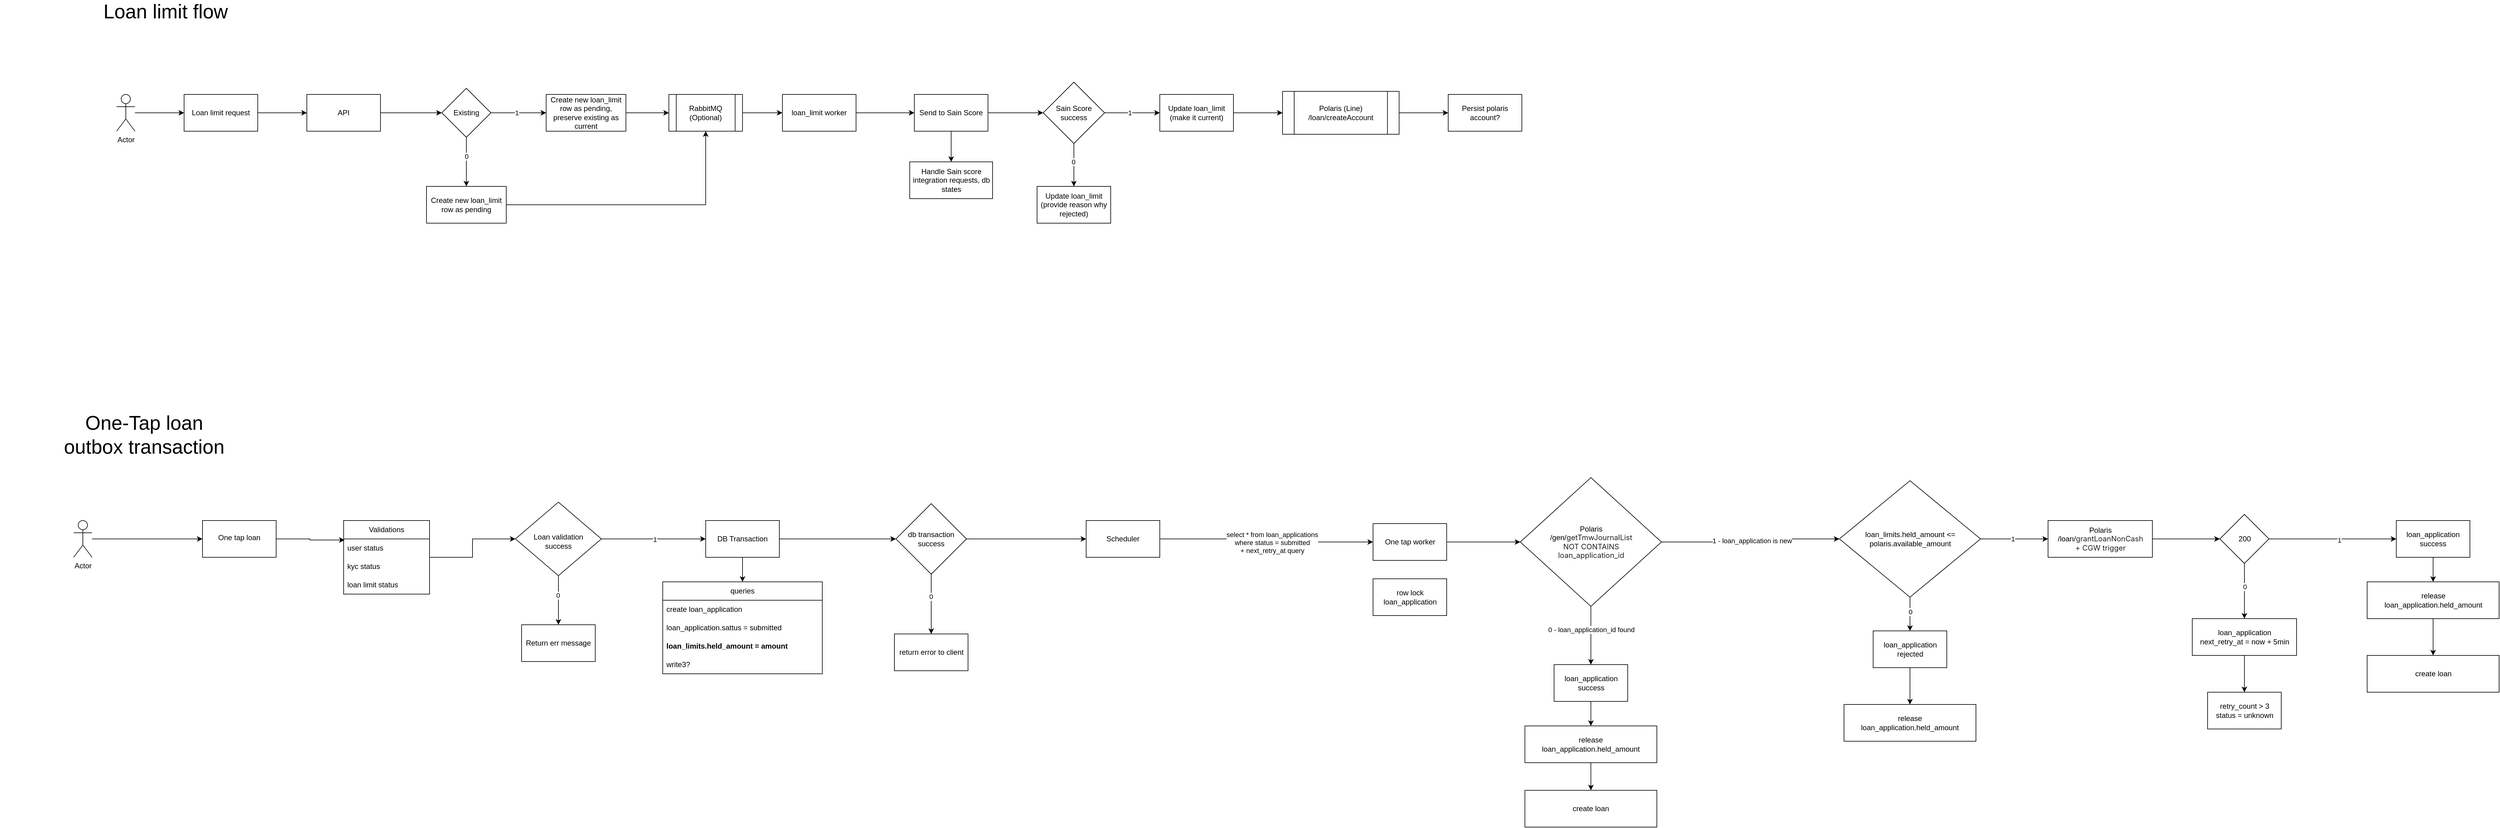
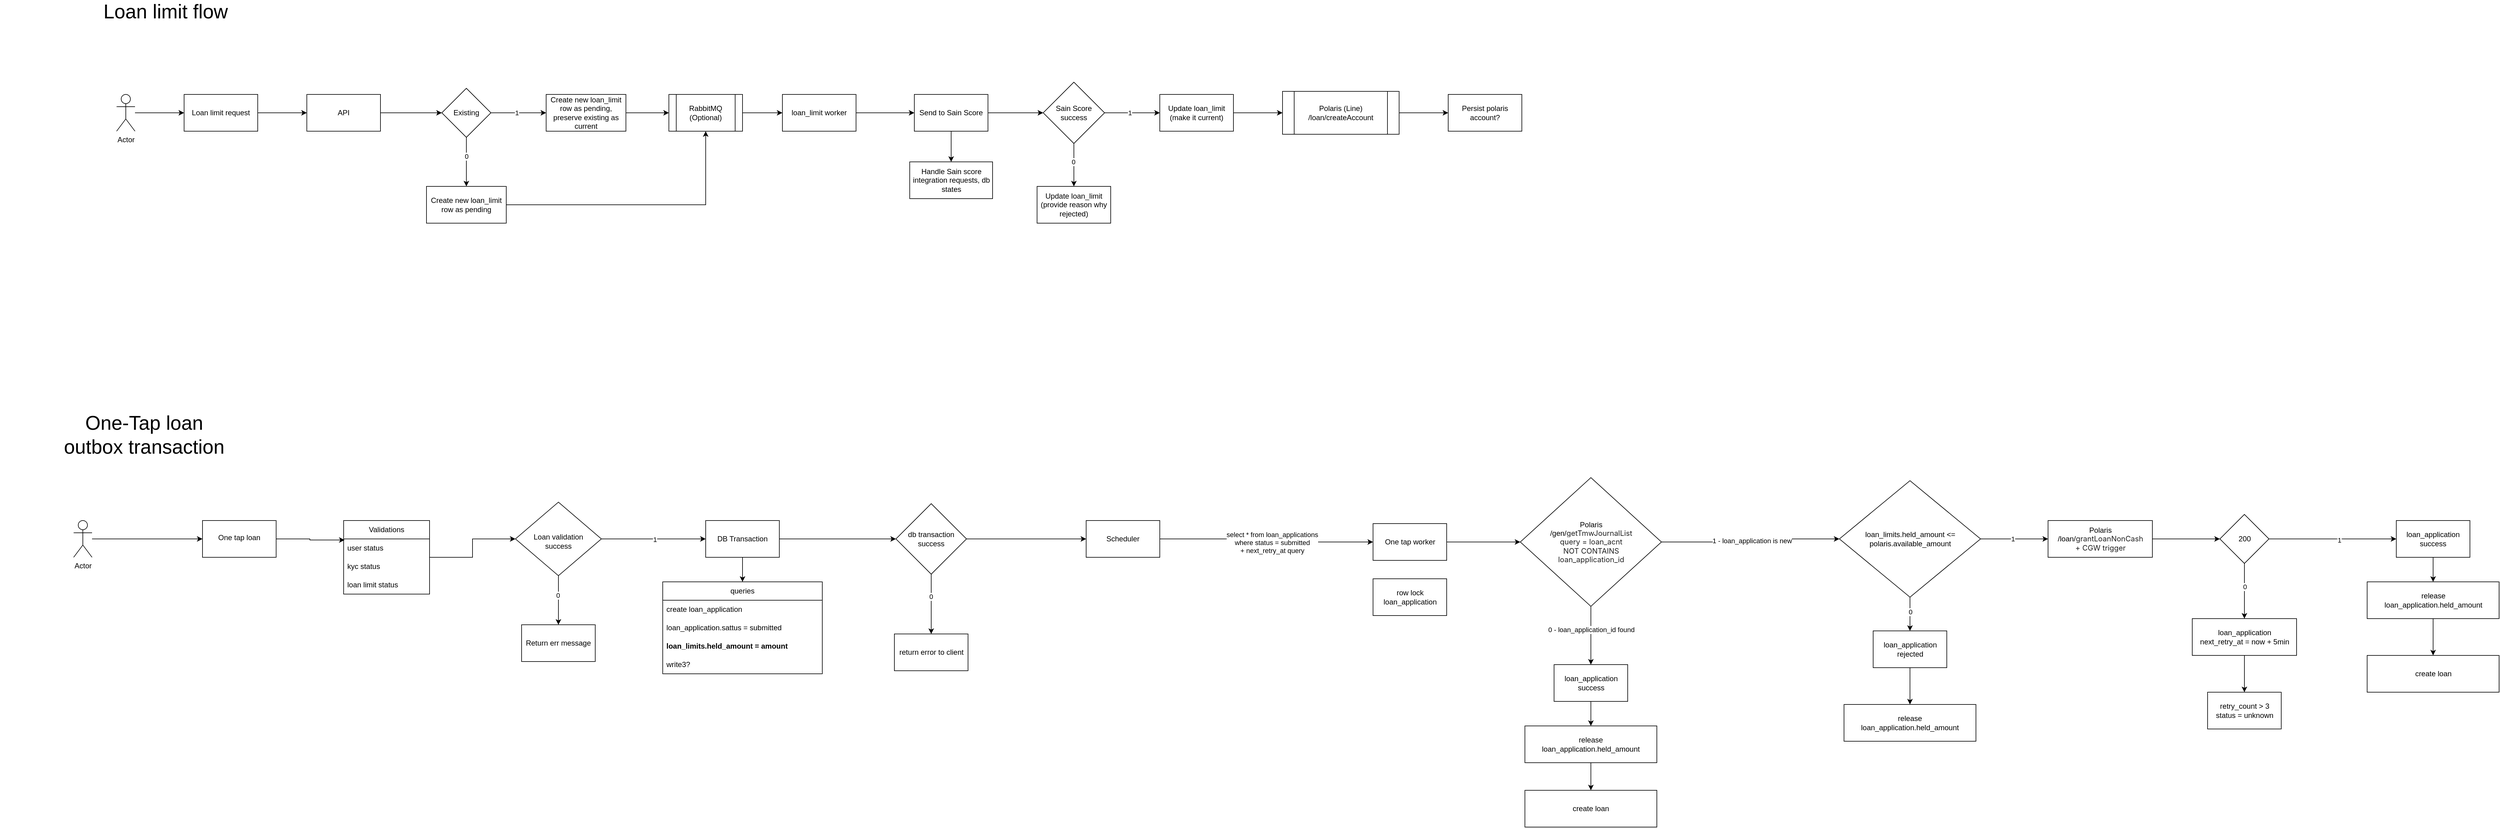
<mxfile host="app.diagrams.net">
  <diagram name="Page-1" id="VCBSuIh8bz7kurrQ0Zaz">
    <mxGraphModel dx="2067" dy="712" grid="1" gridSize="10" guides="1" tooltips="1" connect="1" arrows="1" fold="1" page="1" pageScale="1" pageWidth="850" pageHeight="1100" math="0" shadow="0">
      <root>
        <mxCell id="0" />
        <mxCell id="1" parent="0" />
        <mxCell id="KqixbsF9o6dLofBvsG9t-5" edge="1" parent="1" source="KqixbsF9o6dLofBvsG9t-1" style="edgeStyle=orthogonalEdgeStyle;rounded=0;orthogonalLoop=1;jettySize=auto;html=1;" target="KqixbsF9o6dLofBvsG9t-4" value="">
          <mxGeometry relative="1" as="geometry" />
        </mxCell>
        <mxCell id="KqixbsF9o6dLofBvsG9t-1" parent="1" style="rounded=0;whiteSpace=wrap;html=1;" value="Loan limit request" vertex="1">
          <mxGeometry height="60" width="120" x="150" y="210" as="geometry" />
        </mxCell>
        <mxCell id="KqixbsF9o6dLofBvsG9t-3" edge="1" parent="1" source="KqixbsF9o6dLofBvsG9t-2" style="edgeStyle=orthogonalEdgeStyle;rounded=0;orthogonalLoop=1;jettySize=auto;html=1;" target="KqixbsF9o6dLofBvsG9t-1" value="">
          <mxGeometry relative="1" as="geometry" />
        </mxCell>
        <mxCell id="KqixbsF9o6dLofBvsG9t-2" parent="1" style="shape=umlActor;verticalLabelPosition=bottom;verticalAlign=top;html=1;outlineConnect=0;" value="Actor" vertex="1">
          <mxGeometry height="60" width="30" x="40" y="210" as="geometry" />
        </mxCell>
        <mxCell id="KqixbsF9o6dLofBvsG9t-9" edge="1" parent="1" source="KqixbsF9o6dLofBvsG9t-4" style="edgeStyle=orthogonalEdgeStyle;rounded=0;orthogonalLoop=1;jettySize=auto;html=1;" target="KqixbsF9o6dLofBvsG9t-8" value="">
          <mxGeometry relative="1" as="geometry" />
        </mxCell>
        <mxCell id="KqixbsF9o6dLofBvsG9t-4" parent="1" style="rounded=0;whiteSpace=wrap;html=1;" value="API" vertex="1">
          <mxGeometry height="60" width="120" x="350" y="210" as="geometry" />
        </mxCell>
        <mxCell id="KqixbsF9o6dLofBvsG9t-11" edge="1" parent="1" source="KqixbsF9o6dLofBvsG9t-8" style="edgeStyle=orthogonalEdgeStyle;rounded=0;orthogonalLoop=1;jettySize=auto;html=1;" target="KqixbsF9o6dLofBvsG9t-10" value="">
          <mxGeometry relative="1" as="geometry" />
        </mxCell>
        <mxCell id="KqixbsF9o6dLofBvsG9t-12" connectable="0" parent="KqixbsF9o6dLofBvsG9t-11" style="edgeLabel;html=1;align=center;verticalAlign=middle;resizable=0;points=[];" value="1" vertex="1">
          <mxGeometry relative="1" x="-0.079" as="geometry">
            <mxPoint as="offset" />
          </mxGeometry>
        </mxCell>
        <mxCell id="KqixbsF9o6dLofBvsG9t-14" edge="1" parent="1" source="KqixbsF9o6dLofBvsG9t-8" style="edgeStyle=orthogonalEdgeStyle;rounded=0;orthogonalLoop=1;jettySize=auto;html=1;" target="KqixbsF9o6dLofBvsG9t-13" value="">
          <mxGeometry relative="1" as="geometry" />
        </mxCell>
        <mxCell id="KqixbsF9o6dLofBvsG9t-15" connectable="0" parent="KqixbsF9o6dLofBvsG9t-14" style="edgeLabel;html=1;align=center;verticalAlign=middle;resizable=0;points=[];" value="0" vertex="1">
          <mxGeometry relative="1" x="-0.2407" as="geometry">
            <mxPoint as="offset" />
          </mxGeometry>
        </mxCell>
        <mxCell id="KqixbsF9o6dLofBvsG9t-8" parent="1" style="rhombus;whiteSpace=wrap;html=1;rounded=0;" value="Existing" vertex="1">
          <mxGeometry height="80" width="80" x="570" y="200" as="geometry" />
        </mxCell>
        <mxCell id="KqixbsF9o6dLofBvsG9t-23" edge="1" parent="1" source="KqixbsF9o6dLofBvsG9t-10" style="edgeStyle=orthogonalEdgeStyle;rounded=0;orthogonalLoop=1;jettySize=auto;html=1;" target="KqixbsF9o6dLofBvsG9t-22" value="">
          <mxGeometry relative="1" as="geometry" />
        </mxCell>
        <mxCell id="KqixbsF9o6dLofBvsG9t-10" parent="1" style="whiteSpace=wrap;html=1;rounded=0;" value="Create new loan_limit row as pending, preserve existing as current" vertex="1">
          <mxGeometry height="60" width="130" x="740" y="210" as="geometry" />
        </mxCell>
        <mxCell id="KqixbsF9o6dLofBvsG9t-26" edge="1" parent="1" source="KqixbsF9o6dLofBvsG9t-13" style="edgeStyle=orthogonalEdgeStyle;rounded=0;orthogonalLoop=1;jettySize=auto;html=1;entryX=0.5;entryY=1;entryDx=0;entryDy=0;" target="KqixbsF9o6dLofBvsG9t-22">
          <mxGeometry relative="1" as="geometry" />
        </mxCell>
        <mxCell id="KqixbsF9o6dLofBvsG9t-13" parent="1" style="whiteSpace=wrap;html=1;rounded=0;" value="Create new loan_limit row as pending" vertex="1">
          <mxGeometry height="60" width="130" x="545" y="360" as="geometry" />
        </mxCell>
        <mxCell id="KqixbsF9o6dLofBvsG9t-25" edge="1" parent="1" source="KqixbsF9o6dLofBvsG9t-22" style="edgeStyle=orthogonalEdgeStyle;rounded=0;orthogonalLoop=1;jettySize=auto;html=1;" target="KqixbsF9o6dLofBvsG9t-24" value="">
          <mxGeometry relative="1" as="geometry" />
        </mxCell>
        <mxCell id="KqixbsF9o6dLofBvsG9t-22" parent="1" style="shape=process;whiteSpace=wrap;html=1;backgroundOutline=1;rounded=0;" value="RabbitMQ (Optional)" vertex="1">
          <mxGeometry height="60" width="120" x="940" y="210" as="geometry" />
        </mxCell>
        <mxCell id="KqixbsF9o6dLofBvsG9t-28" edge="1" parent="1" source="KqixbsF9o6dLofBvsG9t-24" style="edgeStyle=orthogonalEdgeStyle;rounded=0;orthogonalLoop=1;jettySize=auto;html=1;" target="KqixbsF9o6dLofBvsG9t-27" value="">
          <mxGeometry relative="1" as="geometry" />
        </mxCell>
        <mxCell id="KqixbsF9o6dLofBvsG9t-24" parent="1" style="whiteSpace=wrap;html=1;rounded=0;" value="loan_limit worker" vertex="1">
          <mxGeometry height="60" width="120" x="1125" y="210" as="geometry" />
        </mxCell>
        <mxCell id="KqixbsF9o6dLofBvsG9t-30" edge="1" parent="1" source="KqixbsF9o6dLofBvsG9t-27" style="edgeStyle=orthogonalEdgeStyle;rounded=0;orthogonalLoop=1;jettySize=auto;html=1;" target="KqixbsF9o6dLofBvsG9t-29" value="">
          <mxGeometry relative="1" as="geometry" />
        </mxCell>
        <mxCell id="KqixbsF9o6dLofBvsG9t-38" edge="1" parent="1" source="KqixbsF9o6dLofBvsG9t-27" style="edgeStyle=orthogonalEdgeStyle;rounded=0;orthogonalLoop=1;jettySize=auto;html=1;" target="KqixbsF9o6dLofBvsG9t-37" value="">
          <mxGeometry relative="1" as="geometry" />
        </mxCell>
        <mxCell id="KqixbsF9o6dLofBvsG9t-27" parent="1" style="whiteSpace=wrap;html=1;rounded=0;" value="Send to Sain Score" vertex="1">
          <mxGeometry height="60" width="120" x="1340" y="210" as="geometry" />
        </mxCell>
        <mxCell id="KqixbsF9o6dLofBvsG9t-32" edge="1" parent="1" source="KqixbsF9o6dLofBvsG9t-29" style="edgeStyle=orthogonalEdgeStyle;rounded=0;orthogonalLoop=1;jettySize=auto;html=1;" target="KqixbsF9o6dLofBvsG9t-31" value="">
          <mxGeometry relative="1" as="geometry" />
        </mxCell>
        <mxCell id="KqixbsF9o6dLofBvsG9t-33" connectable="0" parent="KqixbsF9o6dLofBvsG9t-32" style="edgeLabel;html=1;align=center;verticalAlign=middle;resizable=0;points=[];" value="1" vertex="1">
          <mxGeometry relative="1" x="-0.1048" as="geometry">
            <mxPoint as="offset" />
          </mxGeometry>
        </mxCell>
        <mxCell id="KqixbsF9o6dLofBvsG9t-35" edge="1" parent="1" source="KqixbsF9o6dLofBvsG9t-29" style="edgeStyle=orthogonalEdgeStyle;rounded=0;orthogonalLoop=1;jettySize=auto;html=1;" target="KqixbsF9o6dLofBvsG9t-34" value="">
          <mxGeometry relative="1" as="geometry" />
        </mxCell>
        <mxCell id="KqixbsF9o6dLofBvsG9t-36" connectable="0" parent="KqixbsF9o6dLofBvsG9t-35" style="edgeLabel;html=1;align=center;verticalAlign=middle;resizable=0;points=[];" value="0" vertex="1">
          <mxGeometry relative="1" x="-0.1429" y="-1" as="geometry">
            <mxPoint as="offset" />
          </mxGeometry>
        </mxCell>
        <mxCell id="KqixbsF9o6dLofBvsG9t-29" parent="1" style="rhombus;whiteSpace=wrap;html=1;rounded=0;" value="Sain Score success" vertex="1">
          <mxGeometry height="100" width="100" x="1550" y="190" as="geometry" />
        </mxCell>
        <mxCell id="KqixbsF9o6dLofBvsG9t-66" edge="1" parent="1" source="KqixbsF9o6dLofBvsG9t-31" style="edgeStyle=orthogonalEdgeStyle;rounded=0;orthogonalLoop=1;jettySize=auto;html=1;" target="KqixbsF9o6dLofBvsG9t-65" value="">
          <mxGeometry relative="1" as="geometry" />
        </mxCell>
        <mxCell id="KqixbsF9o6dLofBvsG9t-31" parent="1" style="whiteSpace=wrap;html=1;rounded=0;" value="Update loan_limit (make it current)" vertex="1">
          <mxGeometry height="60" width="120" x="1740" y="210" as="geometry" />
        </mxCell>
        <mxCell id="KqixbsF9o6dLofBvsG9t-34" parent="1" style="whiteSpace=wrap;html=1;rounded=0;" value="Update loan_limit&lt;br&gt;(provide reason why rejected)" vertex="1">
          <mxGeometry height="60" width="120" x="1540" y="360" as="geometry" />
        </mxCell>
        <mxCell id="KqixbsF9o6dLofBvsG9t-37" parent="1" style="whiteSpace=wrap;html=1;rounded=0;" value="Handle Sain score integration requests, db states" vertex="1">
          <mxGeometry height="60" width="135" x="1332.5" y="320" as="geometry" />
        </mxCell>
        <mxCell id="KqixbsF9o6dLofBvsG9t-40" parent="1" style="text;html=1;whiteSpace=wrap;strokeColor=none;fillColor=none;align=center;verticalAlign=middle;rounded=0;fontSize=32;" value="Loan limit flow" vertex="1">
          <mxGeometry height="30" width="260" x="-10" y="60" as="geometry" />
        </mxCell>
        <mxCell id="KqixbsF9o6dLofBvsG9t-74" edge="1" parent="1" source="KqixbsF9o6dLofBvsG9t-65" style="edgeStyle=orthogonalEdgeStyle;rounded=0;orthogonalLoop=1;jettySize=auto;html=1;" target="KqixbsF9o6dLofBvsG9t-73" value="">
          <mxGeometry relative="1" as="geometry" />
        </mxCell>
        <mxCell id="KqixbsF9o6dLofBvsG9t-65" parent="1" style="shape=process;whiteSpace=wrap;html=1;backgroundOutline=1;rounded=0;" value="Polaris (Line)&lt;br&gt;/loan/createAccount" vertex="1">
          <mxGeometry height="70" width="190" x="1940" y="205" as="geometry" />
        </mxCell>
        <mxCell id="KqixbsF9o6dLofBvsG9t-73" parent="1" style="whiteSpace=wrap;html=1;rounded=0;" value="Persist polaris account?" vertex="1">
          <mxGeometry height="60" width="120" x="2210" y="210" as="geometry" />
        </mxCell>
        <mxCell id="U8Ajh8Gpa-m2DNKNFQys-1" parent="1" style="text;html=1;whiteSpace=wrap;strokeColor=none;fillColor=none;align=center;verticalAlign=middle;rounded=0;fontSize=32;" value="One-Tap loan&lt;br&gt;outbox transaction" vertex="1">
          <mxGeometry height="30" width="470" x="-150" y="750" as="geometry" />
        </mxCell>
        <mxCell id="In8fDh9ZLN2M87an2Miy-1" edge="1" parent="1" source="In8fDh9ZLN2M87an2Miy-2" style="edgeStyle=orthogonalEdgeStyle;rounded=0;orthogonalLoop=1;jettySize=auto;html=1;" target="In8fDh9ZLN2M87an2Miy-4" value="">
          <mxGeometry relative="1" as="geometry" />
        </mxCell>
        <mxCell id="In8fDh9ZLN2M87an2Miy-2" parent="1" style="shape=umlActor;verticalLabelPosition=bottom;verticalAlign=top;html=1;outlineConnect=0;" value="Actor" vertex="1">
          <mxGeometry height="60" width="30" x="-30" y="905" as="geometry" />
        </mxCell>
        <mxCell id="In8fDh9ZLN2M87an2Miy-3" edge="1" parent="1" source="In8fDh9ZLN2M87an2Miy-4" style="edgeStyle=orthogonalEdgeStyle;rounded=0;orthogonalLoop=1;jettySize=auto;html=1;entryX=0.011;entryY=0.06;entryDx=0;entryDy=0;entryPerimeter=0;" target="In8fDh9ZLN2M87an2Miy-28" value="">
          <mxGeometry relative="1" as="geometry">
            <mxPoint x="390" y="935" as="targetPoint" />
          </mxGeometry>
        </mxCell>
        <mxCell id="In8fDh9ZLN2M87an2Miy-4" parent="1" style="whiteSpace=wrap;html=1;verticalAlign=top;" value="&lt;div&gt;&lt;br&gt;&lt;/div&gt;&lt;div&gt;One tap loan&lt;/div&gt;" vertex="1">
          <mxGeometry height="60" width="120" x="180" y="905" as="geometry" />
        </mxCell>
        <mxCell id="In8fDh9ZLN2M87an2Miy-5" edge="1" parent="1" source="In8fDh9ZLN2M87an2Miy-9" style="edgeStyle=orthogonalEdgeStyle;rounded=0;orthogonalLoop=1;jettySize=auto;html=1;" target="In8fDh9ZLN2M87an2Miy-12" value="">
          <mxGeometry relative="1" as="geometry" />
        </mxCell>
        <mxCell id="In8fDh9ZLN2M87an2Miy-6" connectable="0" parent="In8fDh9ZLN2M87an2Miy-5" style="edgeLabel;html=1;align=center;verticalAlign=middle;resizable=0;points=[];" value="1" vertex="1">
          <mxGeometry relative="1" x="0.0162" y="-1" as="geometry">
            <mxPoint as="offset" />
          </mxGeometry>
        </mxCell>
        <mxCell id="In8fDh9ZLN2M87an2Miy-7" edge="1" parent="1" source="In8fDh9ZLN2M87an2Miy-9" style="edgeStyle=orthogonalEdgeStyle;rounded=0;orthogonalLoop=1;jettySize=auto;html=1;" target="In8fDh9ZLN2M87an2Miy-13" value="">
          <mxGeometry relative="1" as="geometry" />
        </mxCell>
        <mxCell id="In8fDh9ZLN2M87an2Miy-8" connectable="0" parent="In8fDh9ZLN2M87an2Miy-7" style="edgeLabel;html=1;align=center;verticalAlign=middle;resizable=0;points=[];" value="0" vertex="1">
          <mxGeometry relative="1" x="-0.2091" y="-1" as="geometry">
            <mxPoint as="offset" />
          </mxGeometry>
        </mxCell>
        <mxCell id="In8fDh9ZLN2M87an2Miy-9" parent="1" style="rhombus;whiteSpace=wrap;html=1;verticalAlign=top;" value="&lt;br&gt;&lt;br&gt;&lt;div&gt;&lt;br&gt;&lt;/div&gt;&lt;div&gt;Loan validation&lt;br&gt;success&lt;/div&gt;" vertex="1">
          <mxGeometry height="120" width="140" x="690" y="875" as="geometry" />
        </mxCell>
        <mxCell id="In8fDh9ZLN2M87an2Miy-10" edge="1" parent="1" source="In8fDh9ZLN2M87an2Miy-12" style="edgeStyle=orthogonalEdgeStyle;rounded=0;orthogonalLoop=1;jettySize=auto;html=1;entryX=0.5;entryY=0;entryDx=0;entryDy=0;" target="In8fDh9ZLN2M87an2Miy-14">
          <mxGeometry relative="1" as="geometry" />
        </mxCell>
        <mxCell id="In8fDh9ZLN2M87an2Miy-54" edge="1" parent="1" source="In8fDh9ZLN2M87an2Miy-105" style="edgeStyle=orthogonalEdgeStyle;rounded=0;orthogonalLoop=1;jettySize=auto;html=1;exitX=1;exitY=0.5;exitDx=0;exitDy=0;" target="In8fDh9ZLN2M87an2Miy-53" value="">
          <mxGeometry relative="1" as="geometry">
            <mxPoint x="1830" y="940" as="sourcePoint" />
          </mxGeometry>
        </mxCell>
        <mxCell id="In8fDh9ZLN2M87an2Miy-55" connectable="0" parent="In8fDh9ZLN2M87an2Miy-54" style="edgeLabel;html=1;align=center;verticalAlign=middle;resizable=0;points=[];" value="select * from loan_applications&lt;br&gt;where status = submitted&lt;br&gt;+ next_retry_at query" vertex="1">
          <mxGeometry relative="1" x="0.0637" y="-1" as="geometry">
            <mxPoint as="offset" />
          </mxGeometry>
        </mxCell>
        <mxCell id="In8fDh9ZLN2M87an2Miy-99" edge="1" parent="1" source="In8fDh9ZLN2M87an2Miy-12" style="edgeStyle=orthogonalEdgeStyle;rounded=0;orthogonalLoop=1;jettySize=auto;html=1;" target="In8fDh9ZLN2M87an2Miy-98" value="">
          <mxGeometry relative="1" as="geometry" />
        </mxCell>
        <mxCell id="In8fDh9ZLN2M87an2Miy-12" parent="1" style="whiteSpace=wrap;html=1;verticalAlign=middle;" value="DB Transaction" vertex="1">
          <mxGeometry height="60" width="120" x="1000" y="905" as="geometry" />
        </mxCell>
        <mxCell id="In8fDh9ZLN2M87an2Miy-13" parent="1" style="whiteSpace=wrap;html=1;verticalAlign=middle;" value="Return err message" vertex="1">
          <mxGeometry height="60" width="120" x="700" y="1075" as="geometry" />
        </mxCell>
        <mxCell id="In8fDh9ZLN2M87an2Miy-14" parent="1" style="swimlane;fontStyle=0;childLayout=stackLayout;horizontal=1;startSize=30;horizontalStack=0;resizeParent=1;resizeParentMax=0;resizeLast=0;collapsible=1;marginBottom=0;whiteSpace=wrap;html=1;" value="queries" vertex="1">
          <mxGeometry height="150" width="260" x="930" y="1005" as="geometry" />
        </mxCell>
        <mxCell id="In8fDh9ZLN2M87an2Miy-15" parent="In8fDh9ZLN2M87an2Miy-14" style="text;strokeColor=none;fillColor=none;align=left;verticalAlign=middle;spacingLeft=4;spacingRight=4;overflow=hidden;points=[[0,0.5],[1,0.5]];portConstraint=eastwest;rotatable=0;whiteSpace=wrap;html=1;" value="create loan_application" vertex="1">
          <mxGeometry height="30" width="260" y="30" as="geometry" />
        </mxCell>
        <mxCell id="In8fDh9ZLN2M87an2Miy-104" parent="In8fDh9ZLN2M87an2Miy-14" style="text;strokeColor=none;fillColor=none;align=left;verticalAlign=middle;spacingLeft=4;spacingRight=4;overflow=hidden;points=[[0,0.5],[1,0.5]];portConstraint=eastwest;rotatable=0;whiteSpace=wrap;html=1;" value="loan_application.sattus = submitted" vertex="1">
          <mxGeometry height="30" width="260" y="60" as="geometry" />
        </mxCell>
        <mxCell id="In8fDh9ZLN2M87an2Miy-16" parent="In8fDh9ZLN2M87an2Miy-14" style="text;strokeColor=none;fillColor=none;align=left;verticalAlign=middle;spacingLeft=4;spacingRight=4;overflow=hidden;points=[[0,0.5],[1,0.5]];portConstraint=eastwest;rotatable=0;whiteSpace=wrap;html=1;fontStyle=1" value="loan_limits.held_amount = amount" vertex="1">
          <mxGeometry height="30" width="260" y="90" as="geometry" />
        </mxCell>
        <mxCell id="In8fDh9ZLN2M87an2Miy-17" parent="In8fDh9ZLN2M87an2Miy-14" style="text;strokeColor=none;fillColor=none;align=left;verticalAlign=middle;spacingLeft=4;spacingRight=4;overflow=hidden;points=[[0,0.5],[1,0.5]];portConstraint=eastwest;rotatable=0;whiteSpace=wrap;html=1;" value="write3?" vertex="1">
          <mxGeometry height="30" width="260" y="120" as="geometry" />
        </mxCell>
        <mxCell id="In8fDh9ZLN2M87an2Miy-32" edge="1" parent="1" source="In8fDh9ZLN2M87an2Miy-27" style="edgeStyle=orthogonalEdgeStyle;rounded=0;orthogonalLoop=1;jettySize=auto;html=1;entryX=0;entryY=0.5;entryDx=0;entryDy=0;" target="In8fDh9ZLN2M87an2Miy-9">
          <mxGeometry relative="1" as="geometry" />
        </mxCell>
        <mxCell id="In8fDh9ZLN2M87an2Miy-27" parent="1" style="swimlane;fontStyle=0;childLayout=stackLayout;horizontal=1;startSize=30;horizontalStack=0;resizeParent=1;resizeParentMax=0;resizeLast=0;collapsible=1;marginBottom=0;whiteSpace=wrap;html=1;" value="Validations" vertex="1">
          <mxGeometry height="120" width="140" x="410" y="905" as="geometry" />
        </mxCell>
        <mxCell id="In8fDh9ZLN2M87an2Miy-28" parent="In8fDh9ZLN2M87an2Miy-27" style="text;strokeColor=none;fillColor=none;align=left;verticalAlign=middle;spacingLeft=4;spacingRight=4;overflow=hidden;points=[[0,0.5],[1,0.5]];portConstraint=eastwest;rotatable=0;whiteSpace=wrap;html=1;" value="user status" vertex="1">
          <mxGeometry height="30" width="140" y="30" as="geometry" />
        </mxCell>
        <mxCell id="In8fDh9ZLN2M87an2Miy-29" parent="In8fDh9ZLN2M87an2Miy-27" style="text;strokeColor=none;fillColor=none;align=left;verticalAlign=middle;spacingLeft=4;spacingRight=4;overflow=hidden;points=[[0,0.5],[1,0.5]];portConstraint=eastwest;rotatable=0;whiteSpace=wrap;html=1;" value="kyc status" vertex="1">
          <mxGeometry height="30" width="140" y="60" as="geometry" />
        </mxCell>
        <mxCell id="In8fDh9ZLN2M87an2Miy-33" parent="In8fDh9ZLN2M87an2Miy-27" style="text;strokeColor=none;fillColor=none;align=left;verticalAlign=middle;spacingLeft=4;spacingRight=4;overflow=hidden;points=[[0,0.5],[1,0.5]];portConstraint=eastwest;rotatable=0;whiteSpace=wrap;html=1;" value="loan limit status" vertex="1">
          <mxGeometry height="30" width="140" y="90" as="geometry" />
        </mxCell>
        <mxCell id="In8fDh9ZLN2M87an2Miy-70" edge="1" parent="1" source="In8fDh9ZLN2M87an2Miy-53" style="edgeStyle=orthogonalEdgeStyle;rounded=0;orthogonalLoop=1;jettySize=auto;html=1;entryX=0;entryY=0.5;entryDx=0;entryDy=0;" target="In8fDh9ZLN2M87an2Miy-69">
          <mxGeometry relative="1" as="geometry" />
        </mxCell>
        <mxCell id="In8fDh9ZLN2M87an2Miy-53" parent="1" style="whiteSpace=wrap;html=1;" value="One tap worker" vertex="1">
          <mxGeometry height="60" width="120" x="2087.5" y="910" as="geometry" />
        </mxCell>
        <mxCell id="In8fDh9ZLN2M87an2Miy-67" edge="1" parent="1" source="In8fDh9ZLN2M87an2Miy-58" style="edgeStyle=orthogonalEdgeStyle;rounded=0;orthogonalLoop=1;jettySize=auto;html=1;entryX=0;entryY=0.5;entryDx=0;entryDy=0;" target="In8fDh9ZLN2M87an2Miy-66" value="">
          <mxGeometry relative="1" as="geometry">
            <mxPoint x="3482.5" y="935" as="targetPoint" />
          </mxGeometry>
        </mxCell>
        <mxCell id="In8fDh9ZLN2M87an2Miy-58" parent="1" style="whiteSpace=wrap;html=1;" value="Polaris /loan/&lt;span style=&quot;color: rgb(33, 33, 33); font-family: Inter, system-ui, -apple-system, &amp;quot;system-ui&amp;quot;, &amp;quot;Segoe UI&amp;quot;, Roboto, Oxygen, Ubuntu, Cantarell, &amp;quot;Fira Sans&amp;quot;, &amp;quot;Droid Sans&amp;quot;, Helvetica, Arial, sans-serif; text-align: left; white-space: pre-wrap; background-color: rgb(255, 255, 255);&quot;&gt;grantLoanNonCash&lt;br/&gt;+ CGW trigger&lt;/span&gt;" vertex="1">
          <mxGeometry height="60" width="170" x="3187.5" y="905" as="geometry" />
        </mxCell>
        <mxCell id="In8fDh9ZLN2M87an2Miy-62" edge="1" parent="1" source="In8fDh9ZLN2M87an2Miy-59" style="edgeStyle=orthogonalEdgeStyle;rounded=0;orthogonalLoop=1;jettySize=auto;html=1;" target="In8fDh9ZLN2M87an2Miy-61" value="">
          <mxGeometry relative="1" as="geometry" />
        </mxCell>
        <mxCell id="In8fDh9ZLN2M87an2Miy-91" connectable="0" parent="In8fDh9ZLN2M87an2Miy-62" style="edgeLabel;html=1;align=center;verticalAlign=middle;resizable=0;points=[];" value="0" vertex="1">
          <mxGeometry relative="1" x="-0.1431" as="geometry">
            <mxPoint as="offset" />
          </mxGeometry>
        </mxCell>
        <mxCell id="In8fDh9ZLN2M87an2Miy-65" edge="1" parent="1" source="In8fDh9ZLN2M87an2Miy-59" style="edgeStyle=orthogonalEdgeStyle;rounded=0;orthogonalLoop=1;jettySize=auto;html=1;" target="In8fDh9ZLN2M87an2Miy-58">
          <mxGeometry relative="1" as="geometry" />
        </mxCell>
        <mxCell id="In8fDh9ZLN2M87an2Miy-90" connectable="0" parent="In8fDh9ZLN2M87an2Miy-65" style="edgeLabel;html=1;align=center;verticalAlign=middle;resizable=0;points=[];" value="1" vertex="1">
          <mxGeometry relative="1" x="-0.0451" as="geometry">
            <mxPoint as="offset" />
          </mxGeometry>
        </mxCell>
        <mxCell id="In8fDh9ZLN2M87an2Miy-59" parent="1" style="rhombus;whiteSpace=wrap;html=1;" value="loan_limits.held_amount &amp;lt;= polaris.available_amount" vertex="1">
          <mxGeometry height="190" width="230" x="2847.5" y="840" as="geometry" />
        </mxCell>
        <mxCell id="In8fDh9ZLN2M87an2Miy-64" edge="1" parent="1" source="In8fDh9ZLN2M87an2Miy-61" style="edgeStyle=orthogonalEdgeStyle;rounded=0;orthogonalLoop=1;jettySize=auto;html=1;" target="In8fDh9ZLN2M87an2Miy-63" value="">
          <mxGeometry relative="1" as="geometry" />
        </mxCell>
        <mxCell id="In8fDh9ZLN2M87an2Miy-61" parent="1" style="whiteSpace=wrap;html=1;" value="loan_application&lt;br&gt;rejected" vertex="1">
          <mxGeometry height="60" width="120" x="2902.5" y="1085" as="geometry" />
        </mxCell>
        <mxCell id="In8fDh9ZLN2M87an2Miy-63" parent="1" style="whiteSpace=wrap;html=1;" value="release &lt;br&gt;loan_application.held_amount" vertex="1">
          <mxGeometry height="60" width="215" x="2855" y="1205" as="geometry" />
        </mxCell>
        <mxCell id="In8fDh9ZLN2M87an2Miy-81" edge="1" parent="1" source="In8fDh9ZLN2M87an2Miy-66" style="edgeStyle=orthogonalEdgeStyle;rounded=0;orthogonalLoop=1;jettySize=auto;html=1;entryX=0;entryY=0.5;entryDx=0;entryDy=0;" target="In8fDh9ZLN2M87an2Miy-79">
          <mxGeometry relative="1" as="geometry" />
        </mxCell>
        <mxCell id="In8fDh9ZLN2M87an2Miy-92" connectable="0" parent="In8fDh9ZLN2M87an2Miy-81" style="edgeLabel;html=1;align=center;verticalAlign=middle;resizable=0;points=[];" value="1" vertex="1">
          <mxGeometry relative="1" x="0.1055" y="-2" as="geometry">
            <mxPoint as="offset" />
          </mxGeometry>
        </mxCell>
        <mxCell id="In8fDh9ZLN2M87an2Miy-83" edge="1" parent="1" source="In8fDh9ZLN2M87an2Miy-66" style="edgeStyle=orthogonalEdgeStyle;rounded=0;orthogonalLoop=1;jettySize=auto;html=1;" target="In8fDh9ZLN2M87an2Miy-82" value="">
          <mxGeometry relative="1" as="geometry" />
        </mxCell>
        <mxCell id="In8fDh9ZLN2M87an2Miy-93" connectable="0" parent="In8fDh9ZLN2M87an2Miy-83" style="edgeLabel;html=1;align=center;verticalAlign=middle;resizable=0;points=[];" value="0" vertex="1">
          <mxGeometry relative="1" x="-0.1623" as="geometry">
            <mxPoint as="offset" />
          </mxGeometry>
        </mxCell>
        <mxCell id="In8fDh9ZLN2M87an2Miy-66" parent="1" style="rhombus;whiteSpace=wrap;html=1;" value="200" vertex="1">
          <mxGeometry height="80" width="80" x="3467.5" y="895" as="geometry" />
        </mxCell>
        <mxCell id="In8fDh9ZLN2M87an2Miy-68" parent="1" style="whiteSpace=wrap;html=1;" value="row lock&lt;br&gt;loan_application" vertex="1">
          <mxGeometry height="60" width="120" x="2087.5" y="1000" as="geometry" />
        </mxCell>
        <mxCell id="In8fDh9ZLN2M87an2Miy-71" edge="1" parent="1" source="In8fDh9ZLN2M87an2Miy-69" style="edgeStyle=orthogonalEdgeStyle;rounded=0;orthogonalLoop=1;jettySize=auto;html=1;entryX=0;entryY=0.5;entryDx=0;entryDy=0;" target="In8fDh9ZLN2M87an2Miy-59">
          <mxGeometry relative="1" as="geometry" />
        </mxCell>
        <mxCell id="In8fDh9ZLN2M87an2Miy-77" connectable="0" parent="In8fDh9ZLN2M87an2Miy-71" style="edgeLabel;html=1;align=center;verticalAlign=middle;resizable=0;points=[];" value="1 - loan_application is new" vertex="1">
          <mxGeometry relative="1" x="0.0312" y="-3" as="geometry">
            <mxPoint as="offset" />
          </mxGeometry>
        </mxCell>
        <mxCell id="In8fDh9ZLN2M87an2Miy-73" edge="1" parent="1" source="In8fDh9ZLN2M87an2Miy-69" style="edgeStyle=orthogonalEdgeStyle;rounded=0;orthogonalLoop=1;jettySize=auto;html=1;" target="In8fDh9ZLN2M87an2Miy-72" value="">
          <mxGeometry relative="1" as="geometry" />
        </mxCell>
        <mxCell id="In8fDh9ZLN2M87an2Miy-74" connectable="0" parent="In8fDh9ZLN2M87an2Miy-73" style="edgeLabel;html=1;align=center;verticalAlign=middle;resizable=0;points=[];" value="0 - loan_application_id found" vertex="1">
          <mxGeometry relative="1" x="-0.1975" as="geometry">
            <mxPoint as="offset" />
          </mxGeometry>
        </mxCell>
-         <mxCell id="In8fDh9ZLN2M87an2Miy-69" parent="1" style="rhombus;whiteSpace=wrap;html=1;" value="Polaris&lt;br&gt;/gen/&lt;span style=&quot;white-space: pre-wrap; color: rgb(33, 33, 33); font-family: Inter, system-ui, -apple-system, &amp;quot;system-ui&amp;quot;, &amp;quot;Segoe UI&amp;quot;, Roboto, Oxygen, Ubuntu, Cantarell, &amp;quot;Fira Sans&amp;quot;, &amp;quot;Droid Sans&amp;quot;, Helvetica, Arial, sans-serif; text-align: left; background-color: rgb(255, 255, 255);&quot;&gt;getTmwJournalList&lt;br&gt;NOT CONTAINS&lt;br&gt;loan_application_id&lt;/span&gt;" vertex="1">
+         <mxCell id="In8fDh9ZLN2M87an2Miy-69" parent="1" style="rhombus;whiteSpace=wrap;html=1;" value="Polaris&lt;br&gt;/gen/&lt;span style=&quot;white-space: pre-wrap; color: rgb(33, 33, 33); font-family: Inter, system-ui, -apple-system, &amp;quot;system-ui&amp;quot;, &amp;quot;Segoe UI&amp;quot;, Roboto, Oxygen, Ubuntu, Cantarell, &amp;quot;Fira Sans&amp;quot;, &amp;quot;Droid Sans&amp;quot;, Helvetica, Arial, sans-serif; text-align: left; background-color: rgb(255, 255, 255);&quot;&gt;getTmwJournalList&lt;br&gt;query = loan_acnt&lt;br/&gt;NOT CONTAINS&lt;br&gt;loan_application_id&lt;/span&gt;" vertex="1">
          <mxGeometry height="210" width="230" x="2327.5" y="835" as="geometry" />
        </mxCell>
        <mxCell id="In8fDh9ZLN2M87an2Miy-76" edge="1" parent="1" source="In8fDh9ZLN2M87an2Miy-72" style="edgeStyle=orthogonalEdgeStyle;rounded=0;orthogonalLoop=1;jettySize=auto;html=1;" target="In8fDh9ZLN2M87an2Miy-75" value="">
          <mxGeometry relative="1" as="geometry" />
        </mxCell>
        <mxCell id="In8fDh9ZLN2M87an2Miy-72" parent="1" style="whiteSpace=wrap;html=1;" value="loan_application&lt;br&gt;success" vertex="1">
          <mxGeometry height="60" width="120" x="2382.5" y="1140" as="geometry" />
        </mxCell>
        <mxCell id="In8fDh9ZLN2M87an2Miy-85" edge="1" parent="1" source="In8fDh9ZLN2M87an2Miy-75" style="edgeStyle=orthogonalEdgeStyle;rounded=0;orthogonalLoop=1;jettySize=auto;html=1;" target="In8fDh9ZLN2M87an2Miy-84" value="">
          <mxGeometry relative="1" as="geometry" />
        </mxCell>
        <mxCell id="In8fDh9ZLN2M87an2Miy-75" parent="1" style="whiteSpace=wrap;html=1;" value="release &lt;br&gt;loan_application.held_amount" vertex="1">
          <mxGeometry height="60" width="215" x="2335" y="1240" as="geometry" />
        </mxCell>
        <mxCell id="In8fDh9ZLN2M87an2Miy-78" edge="1" parent="1" source="In8fDh9ZLN2M87an2Miy-79" style="edgeStyle=orthogonalEdgeStyle;rounded=0;orthogonalLoop=1;jettySize=auto;html=1;" target="In8fDh9ZLN2M87an2Miy-80" value="">
          <mxGeometry relative="1" as="geometry" />
        </mxCell>
        <mxCell id="In8fDh9ZLN2M87an2Miy-79" parent="1" style="whiteSpace=wrap;html=1;" value="loan_application&lt;br&gt;success" vertex="1">
          <mxGeometry height="60" width="120" x="3755" y="905" as="geometry" />
        </mxCell>
        <mxCell id="In8fDh9ZLN2M87an2Miy-89" edge="1" parent="1" source="In8fDh9ZLN2M87an2Miy-80" style="edgeStyle=orthogonalEdgeStyle;rounded=0;orthogonalLoop=1;jettySize=auto;html=1;" target="In8fDh9ZLN2M87an2Miy-88" value="">
          <mxGeometry relative="1" as="geometry" />
        </mxCell>
        <mxCell id="In8fDh9ZLN2M87an2Miy-80" parent="1" style="whiteSpace=wrap;html=1;" value="release &lt;br&gt;loan_application.held_amount" vertex="1">
          <mxGeometry height="60" width="215" x="3707.5" y="1005" as="geometry" />
        </mxCell>
        <mxCell id="In8fDh9ZLN2M87an2Miy-95" edge="1" parent="1" source="In8fDh9ZLN2M87an2Miy-82" style="edgeStyle=orthogonalEdgeStyle;rounded=0;orthogonalLoop=1;jettySize=auto;html=1;" target="In8fDh9ZLN2M87an2Miy-94" value="">
          <mxGeometry relative="1" as="geometry" />
        </mxCell>
        <mxCell id="In8fDh9ZLN2M87an2Miy-82" parent="1" style="whiteSpace=wrap;html=1;" value="loan_application&lt;br&gt;next_retry_at = now + 5min" vertex="1">
          <mxGeometry height="60" width="170" x="3422.5" y="1065" as="geometry" />
        </mxCell>
        <mxCell id="In8fDh9ZLN2M87an2Miy-84" parent="1" style="whiteSpace=wrap;html=1;" value="create loan" vertex="1">
          <mxGeometry height="60" width="215" x="2335" y="1345" as="geometry" />
        </mxCell>
        <mxCell id="In8fDh9ZLN2M87an2Miy-88" parent="1" style="whiteSpace=wrap;html=1;" value="create loan" vertex="1">
          <mxGeometry height="60" width="215" x="3707.5" y="1125" as="geometry" />
        </mxCell>
        <mxCell id="In8fDh9ZLN2M87an2Miy-94" parent="1" style="whiteSpace=wrap;html=1;" value="retry_count &amp;gt; 3&lt;br&gt;status = unknown" vertex="1">
          <mxGeometry height="60" width="120" x="3447.5" y="1185" as="geometry" />
        </mxCell>
        <mxCell id="In8fDh9ZLN2M87an2Miy-101" edge="1" parent="1" source="In8fDh9ZLN2M87an2Miy-98" style="edgeStyle=orthogonalEdgeStyle;rounded=0;orthogonalLoop=1;jettySize=auto;html=1;" target="In8fDh9ZLN2M87an2Miy-100" value="">
          <mxGeometry relative="1" as="geometry" />
        </mxCell>
        <mxCell id="In8fDh9ZLN2M87an2Miy-103" connectable="0" parent="In8fDh9ZLN2M87an2Miy-101" style="edgeLabel;html=1;align=center;verticalAlign=middle;resizable=0;points=[];" value="0" vertex="1">
          <mxGeometry relative="1" x="-0.2536" y="-1" as="geometry">
            <mxPoint as="offset" />
          </mxGeometry>
        </mxCell>
        <mxCell id="In8fDh9ZLN2M87an2Miy-106" edge="1" parent="1" source="In8fDh9ZLN2M87an2Miy-98" style="edgeStyle=orthogonalEdgeStyle;rounded=0;orthogonalLoop=1;jettySize=auto;html=1;entryX=0;entryY=0.5;entryDx=0;entryDy=0;" target="In8fDh9ZLN2M87an2Miy-105">
          <mxGeometry relative="1" as="geometry" />
        </mxCell>
        <mxCell id="In8fDh9ZLN2M87an2Miy-98" parent="1" style="rhombus;whiteSpace=wrap;html=1;" value="db transaction success" vertex="1">
          <mxGeometry height="115" width="115" x="1310" y="877.5" as="geometry" />
        </mxCell>
        <mxCell id="In8fDh9ZLN2M87an2Miy-100" parent="1" style="whiteSpace=wrap;html=1;" value="return error to client" vertex="1">
          <mxGeometry height="60" width="120" x="1307.5" y="1090" as="geometry" />
        </mxCell>
        <mxCell id="In8fDh9ZLN2M87an2Miy-105" parent="1" style="rounded=0;whiteSpace=wrap;html=1;" value="Scheduler" vertex="1">
          <mxGeometry height="60" width="120" x="1620" y="905" as="geometry" />
        </mxCell>
      </root>
    </mxGraphModel>
  </diagram>
</mxfile>
